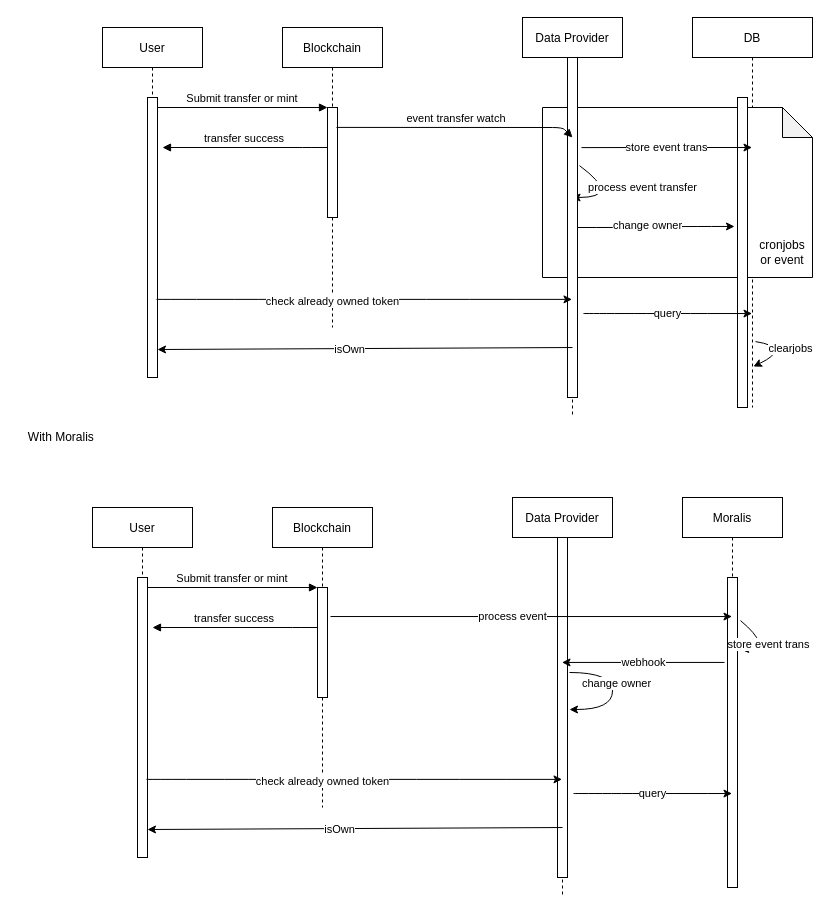
This is design/OnchainSync.drawio from thienma1258/dive-in, a draw.io file, before an edit. Source tidied: cells renumbered, new cells numbered last; positions are measured from the earlier drawing's top-left corner, leaving out a move shared by most shapes. Both pictures are drawn from the tidied source at 100%, with x=0, y=0 at pixel (17, 17).
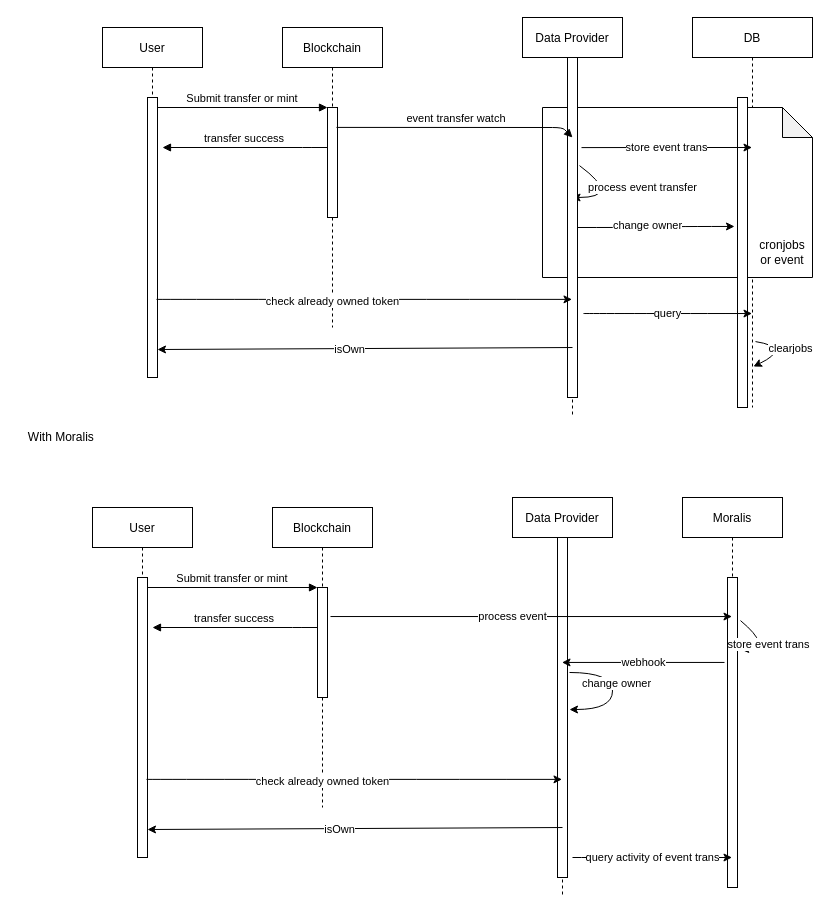
The same diagram, later.

Unchanged cells that the change refers to:
```xml
<mxCell id="31" style="points=[];perimeter=orthogonalPerimeter;rounded=0;shadow=0;strokeWidth=1;" parent="30" vertex="1">
  <mxGeometry x="45" y="40" width="10" height="340" as="geometry" />
</mxCell>
<mxCell id="34" value="Moralis" style="shape=umlLifeline;perimeter=lifelinePerimeter;rounded=0;shadow=0;strokeWidth=1;" parent="1" vertex="1">
  <mxGeometry x="665" y="480" width="100" height="390" as="geometry" />
</mxCell>
```

Diff of the diagram source:
```diff
@@
-    <mxCell id="39" value="query" style="endArrow=classic;html=1;curved=1;exitX=1.6;exitY=0.753;exitDx=0;exitDy=0;exitPerimeter=0;" parent="1" edge="1" source="31" target="34">
-      <mxGeometry relative="1" as="geometry" />
+    <mxCell id="39" value="query activity of event trans" style="endArrow=classic;html=1;curved=1;" parent="1" edge="1" target="34">
+      <mxGeometry relative="1" as="geometry">
+        <mxPoint x="555" y="840" as="sourcePoint" />
+        <Array as="points">
+          <mxPoint x="585" y="840" />
+        </Array>
+      </mxGeometry>
     </mxCell>
```
